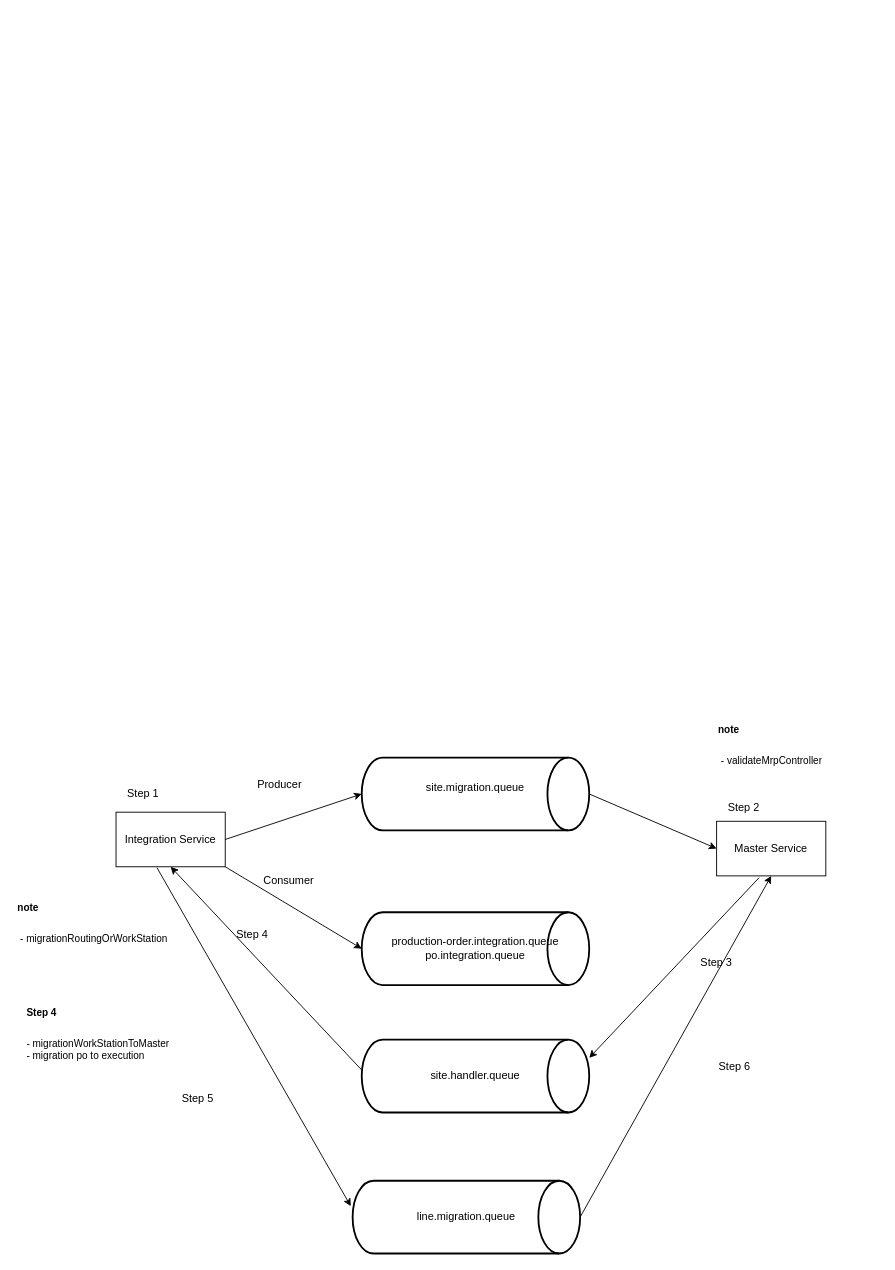
Above: page "[Grid]Import_PO" (7 of 7) of Realtime.drawio in tuankhoi2206/Draft-system-overview (draw.io), before the change. Source tidied: cells renumbered, new cells numbered last; positions are measured from the earlier drawing's top-left corner, leaving out a move shared by most shapes. Both pictures are drawn from the tidied source at 91%, with x=0, y=0 at pixel (15, 707).
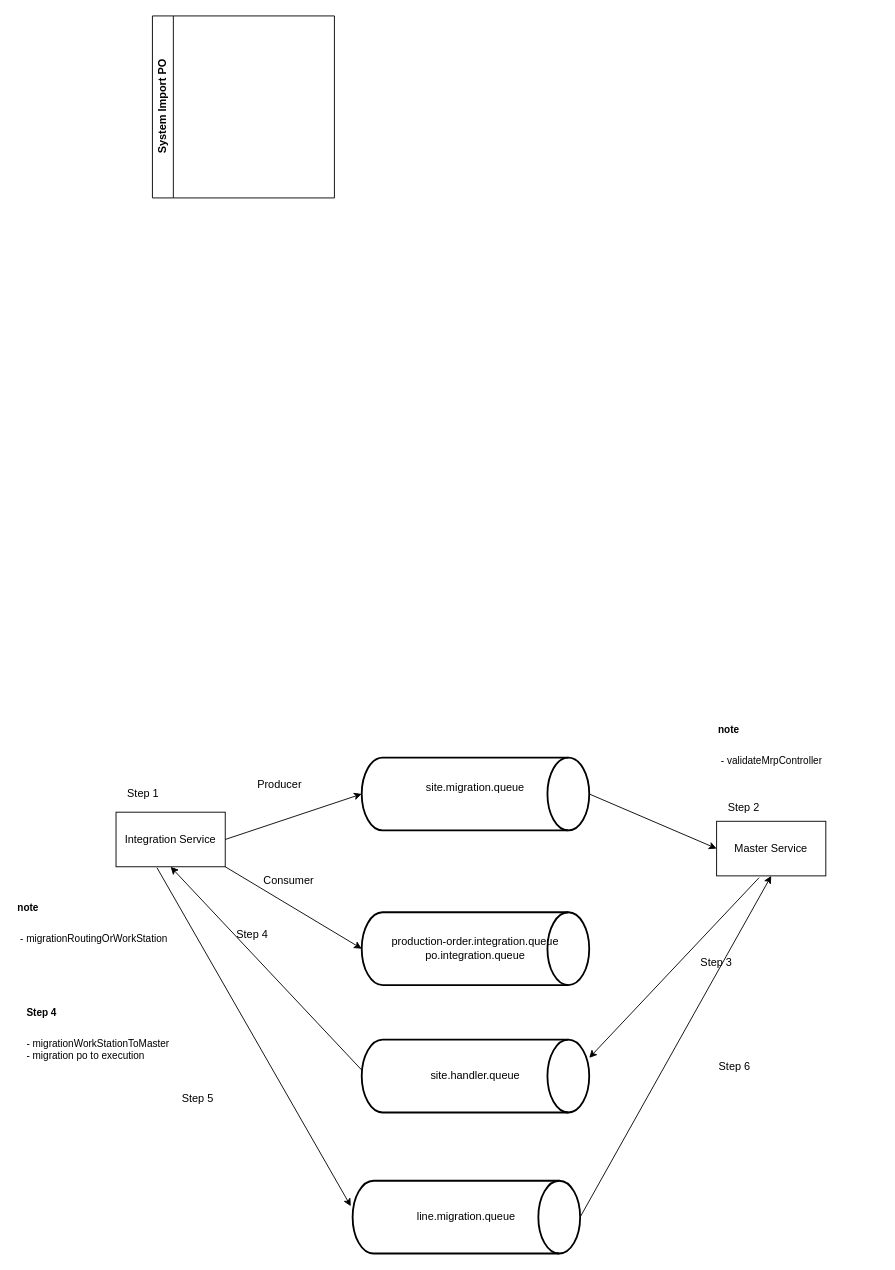
The same page after the edit.

The edit, as a diff of the source:
```diff
@@
+    <mxCell id="26" value="System Import PO" style="swimlane;horizontal=0;whiteSpace=wrap;html=1;" parent="1" vertex="1">
+      <mxGeometry x="150" y="-760" width="200" height="200" as="geometry" />
+    </mxCell>
```
